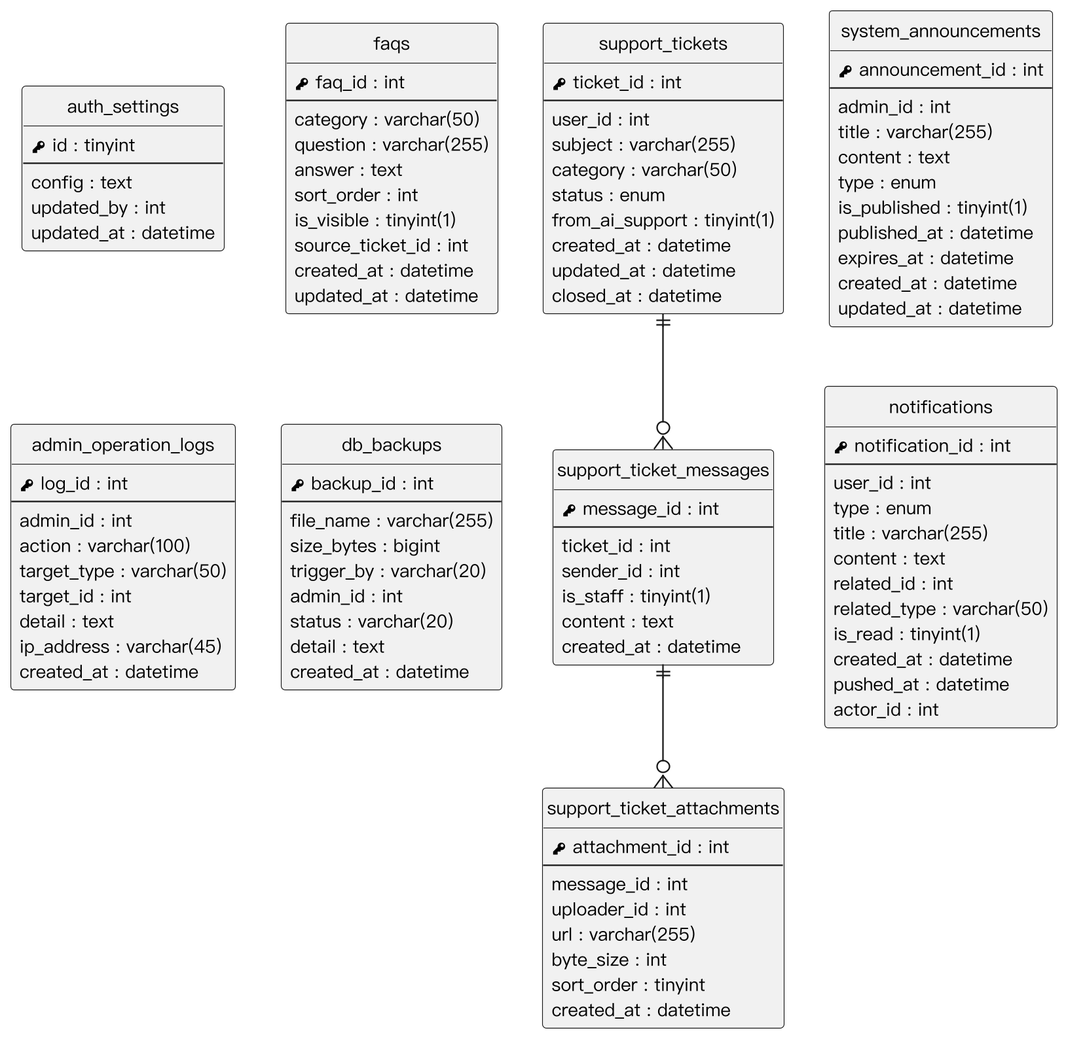
This is documents/系統手冊/產生工具/aidiag/er/er_support_admin.png from SaveMyBook/SaveMyBook, a PlantUML export, as it was before one commit. Its diagram source:
```plantuml
@startuml
skinparam monochrome true
skinparam shadowing false
skinparam dpi 220
skinparam defaultFontName "PingFang TC"
skinparam defaultFontSize 12
skinparam linetype ortho
skinparam nodesep 30
skinparam ranksep 40
hide circle
hide empty methods

entity "auth_settings" as auth_settings {
  {field} <&key> id : tinyint
  --
  {field} config : text
  {field} updated_by : int
  {field} updated_at : datetime
}
entity "faqs" as faqs {
  {field} <&key> faq_id : int
  --
  {field} category : varchar(50)
  {field} question : varchar(255)
  {field} answer : text
  {field} sort_order : int
  {field} is_visible : tinyint(1)
  {field} source_ticket_id : int
  {field} created_at : datetime
  {field} updated_at : datetime
}
entity "support_tickets" as support_tickets {
  {field} <&key> ticket_id : int
  --
  {field} user_id : int
  {field} subject : varchar(255)
  {field} category : varchar(50)
  {field} status : enum
  {field} from_ai_support : tinyint(1)
  {field} created_at : datetime
  {field} updated_at : datetime
  {field} closed_at : datetime
}
entity "support_ticket_messages" as support_ticket_messages {
  {field} <&key> message_id : int
  --
  {field} ticket_id : int
  {field} sender_id : int
  {field} is_staff : tinyint(1)
  {field} content : text
  {field} created_at : datetime
}
entity "support_ticket_attachments" as support_ticket_attachments {
  {field} <&key> attachment_id : int
  --
  {field} message_id : int
  {field} uploader_id : int
  {field} url : varchar(255)
  {field} byte_size : int
  {field} sort_order : tinyint
  {field} created_at : datetime
}
entity "system_announcements" as system_announcements {
  {field} <&key> announcement_id : int
  --
  {field} admin_id : int
  {field} title : varchar(255)
  {field} content : text
  {field} type : enum
  {field} is_published : tinyint(1)
  {field} published_at : datetime
  {field} expires_at : datetime
  {field} created_at : datetime
  {field} updated_at : datetime
}
entity "admin_operation_logs" as admin_operation_logs {
  {field} <&key> log_id : int
  --
  {field} admin_id : int
  {field} action : varchar(100)
  {field} target_type : varchar(50)
  {field} target_id : int
  {field} detail : text
  {field} ip_address : varchar(45)
  {field} created_at : datetime
}
entity "db_backups" as db_backups {
  {field} <&key> backup_id : int
  --
  {field} file_name : varchar(255)
  {field} size_bytes : bigint
  {field} trigger_by : varchar(20)
  {field} admin_id : int
  {field} status : varchar(20)
  {field} detail : text
  {field} created_at : datetime
}
entity "notifications" as notifications {
  {field} <&key> notification_id : int
  --
  {field} user_id : int
  {field} type : enum
  {field} title : varchar(255)
  {field} content : text
  {field} related_id : int
  {field} related_type : varchar(50)
  {field} is_read : tinyint(1)
  {field} created_at : datetime
  {field} pushed_at : datetime
  {field} actor_id : int
}
support_tickets ||--o{ support_ticket_messages
support_ticket_messages ||--o{ support_ticket_attachments
auth_settings -[hidden]down- admin_operation_logs
faqs -[hidden]down- db_backups
system_announcements -[hidden]down- notifications
@enduml
```
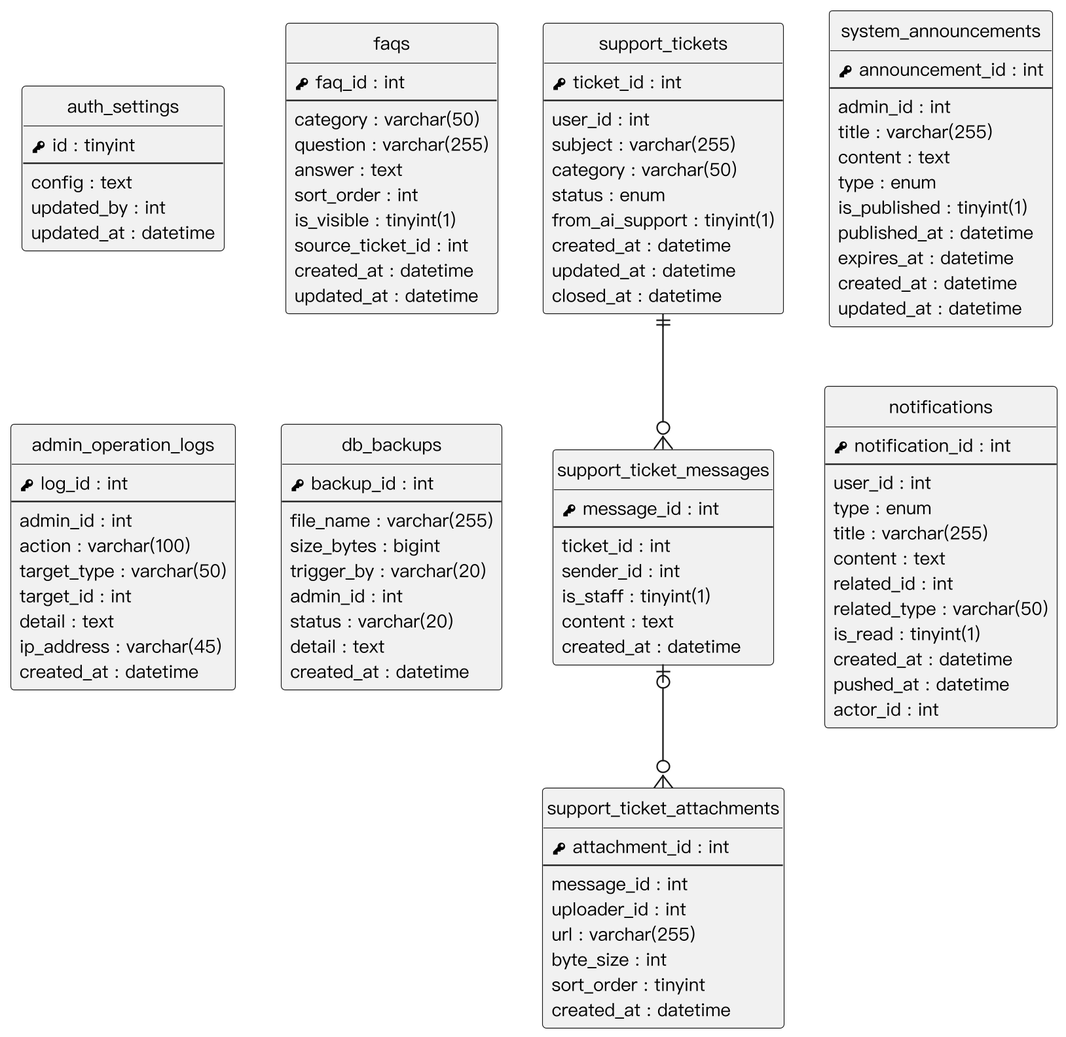
After the change.

What changed in the source:
```diff
@@ -110,7 +110,7 @@
   {field} actor_id : int
 }
 support_tickets ||--o{ support_ticket_messages
-support_ticket_messages ||--o{ support_ticket_attachments
+support_ticket_messages |o--o{ support_ticket_attachments
 auth_settings -[hidden]down- admin_operation_logs
 faqs -[hidden]down- db_backups
 system_announcements -[hidden]down- notifications
```
